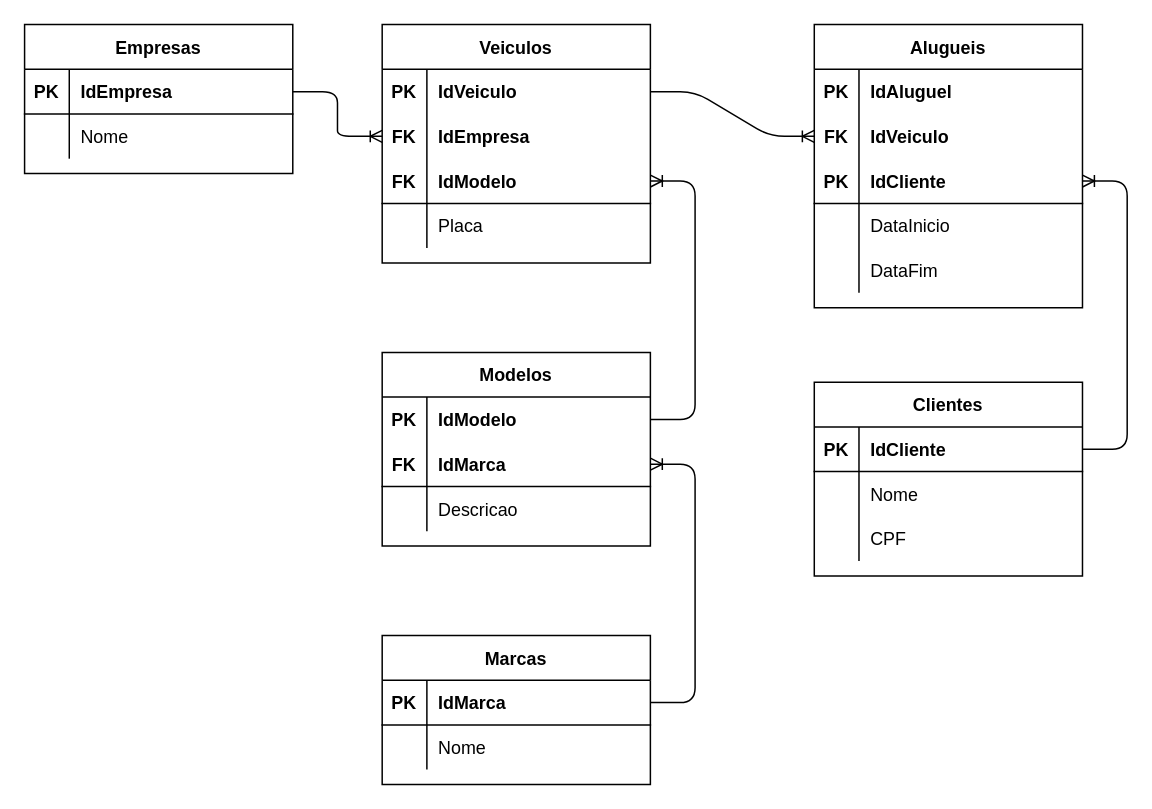
Above: page "logico" (2 of 2) of sprint-1-bd/exercicios/1.2-exercicio-locadora/01_modelagem_conceitual-logico.drawio in RegisMagalhaes/LovePets (draw.io), before the change. Source tidied: cells renumbered, new cells numbered last; positions are measured from the earlier drawing's top-left corner, leaving out a move shared by most shapes. Both pictures are drawn from the tidied source at 149%, with x=0, y=0 at pixel (24, 24).
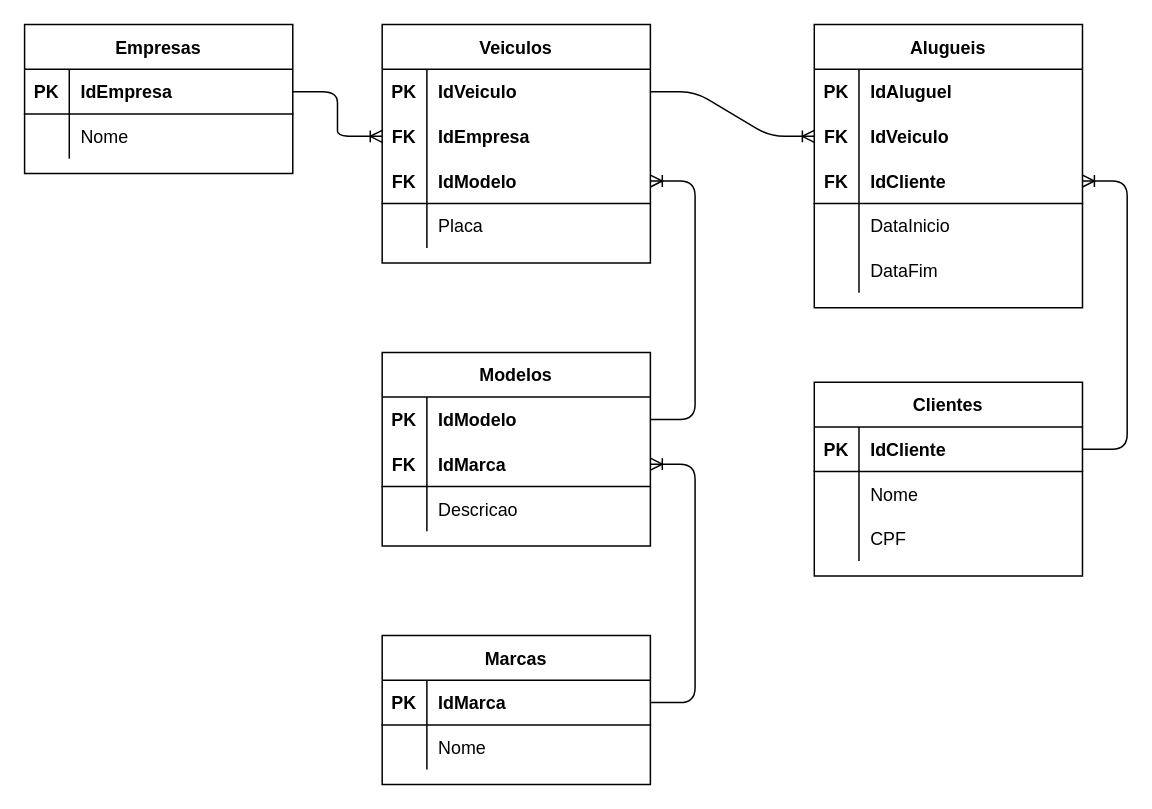
Above is the later version.

Commit message (it also covers changes not shown here):
Atualiza modelagens exercicio 1.2 bd

Unchanged cells that the change refers to:
```xml
<mxCell id="47" style="shape=partialRectangle;fillColor=none;top=0;left=0;bottom=1;right=0;points=[[0,0.5],[1,0.5]];portConstraint=eastwest;" parent="40" vertex="1">
  <mxGeometry y="90" width="180" height="30" as="geometry" />
</mxCell>
```

What changed in the source:
```diff
@@
-    <mxCell id="48" value="PK" style="shape=partialRectangle;fillColor=none;top=0;left=0;bottom=0;right=0;fontStyle=1;overflow=hidden;" parent="47" vertex="1">
+    <mxCell id="48" value="FK" style="shape=partialRectangle;fillColor=none;top=0;left=0;bottom=0;right=0;fontStyle=1;overflow=hidden;" parent="47" vertex="1">
       <mxGeometry width="30" height="30" as="geometry" />
     </mxCell>
```
